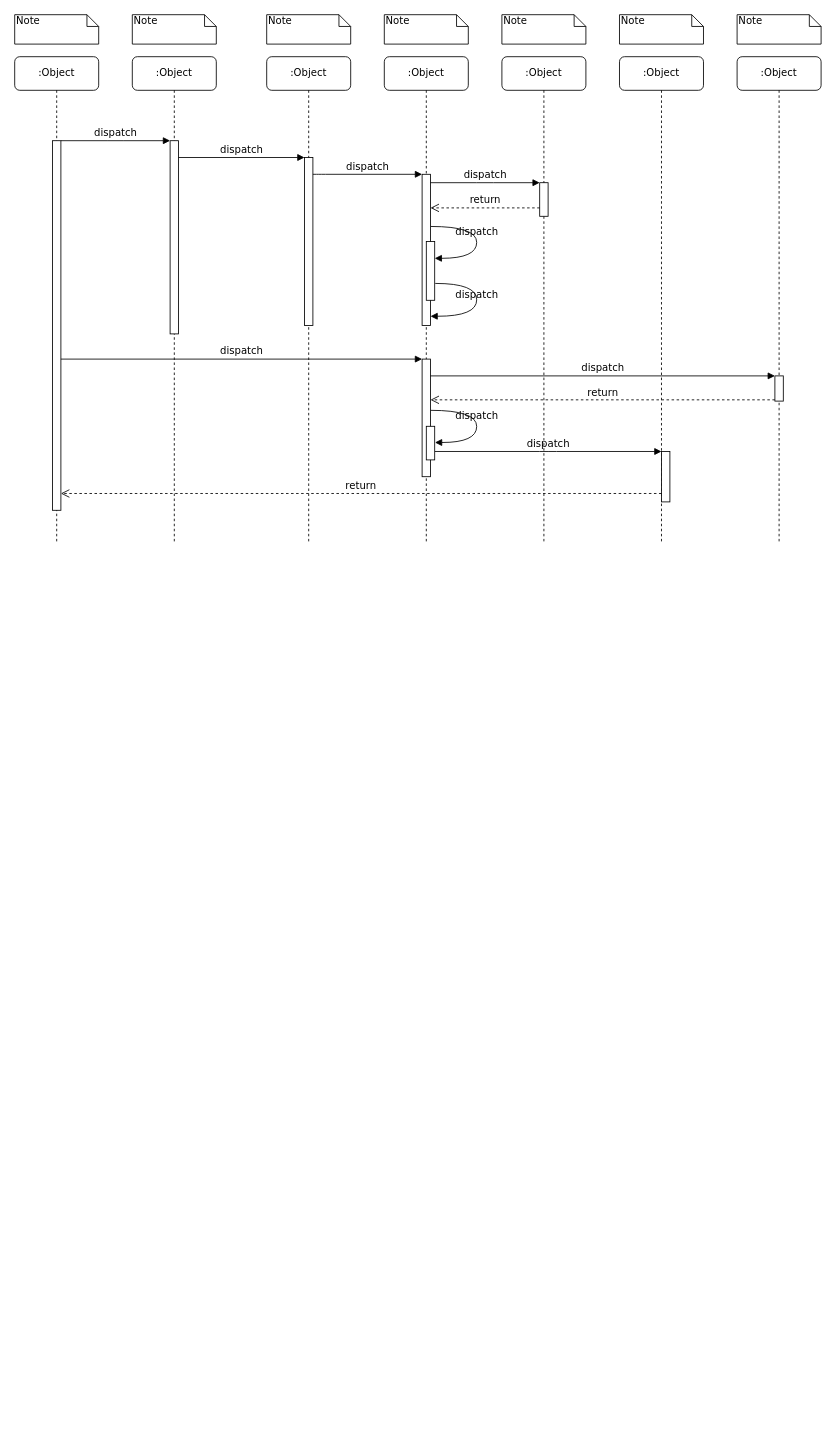
Earlier version of the draw.io diagram folder/Untitled Diagram.drawio (mata998/drawio). Source tidied: cells renumbered, new cells numbered last; positions are measured from the earlier drawing's top-left corner, leaving out a move shared by most shapes. Both pictures are drawn from the tidied source at 84%, with x=0, y=0 at pixel (14, 14).
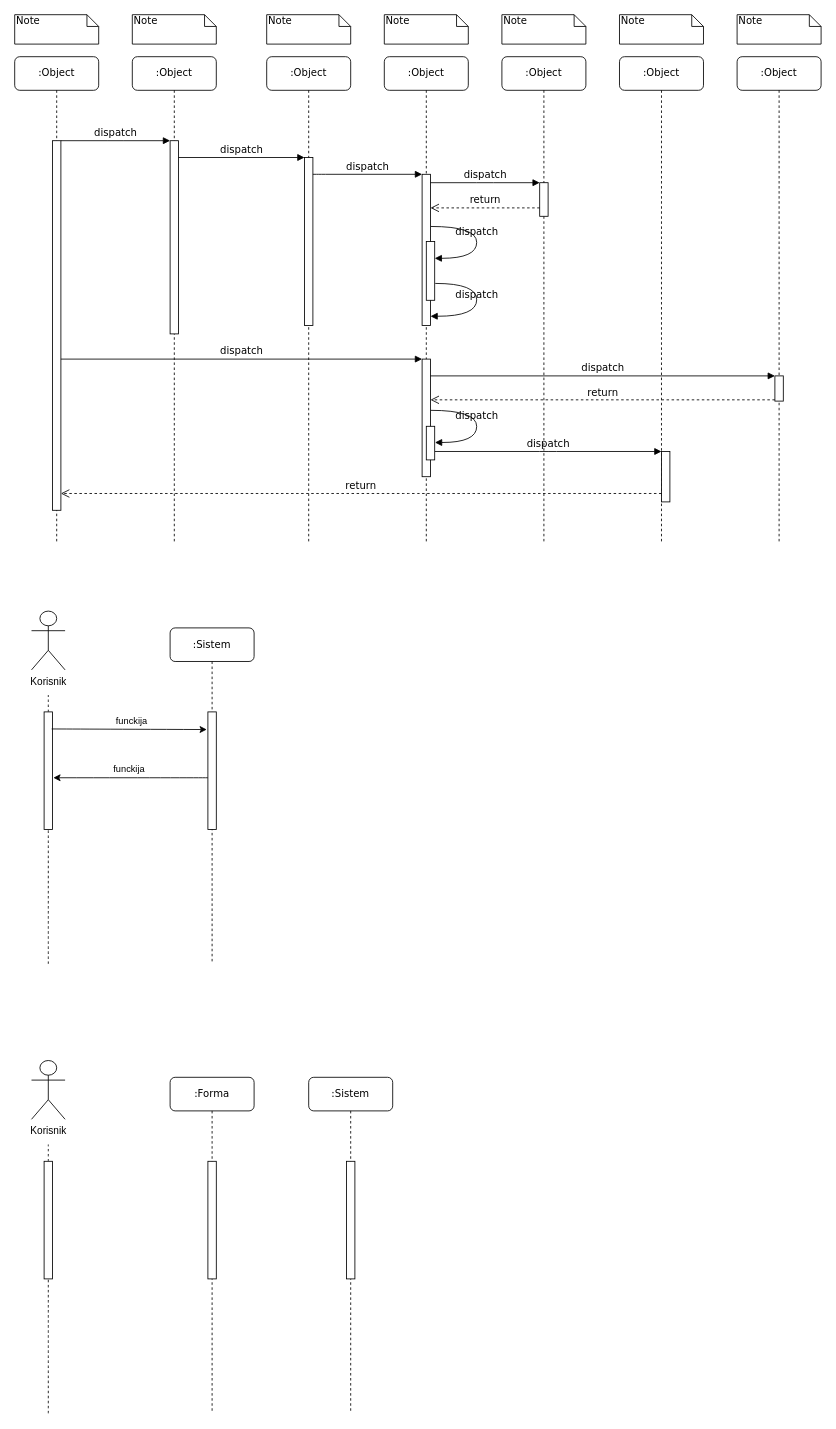
The same diagram, later.

Commit message:
2 i 3 reda za kopi pejst

Change to the diagram source:
```diff
@@
+    <mxCell id="39" value="Korisnik" style="shape=umlActor;verticalLabelPosition=bottom;verticalAlign=top;html=1;" parent="1" vertex="1">
+      <mxGeometry x="20" y="710" width="40" height="70" as="geometry" />
+    </mxCell>
+    <mxCell id="40" style="endArrow=none;dashed=1;html=1;curved=1;startArrow=none;" parent="1" edge="1" source="43">
+      <mxGeometry relative="1" as="geometry">
+        <mxPoint x="40" y="810" as="targetPoint" />
+      </mxGeometry>
+    </mxCell>
+    <mxCell id="41" value=":Sistem" style="shape=umlLifeline;perimeter=lifelinePerimeter;whiteSpace=wrap;html=1;rounded=1;shadow=0;comic=0;labelBackgroundColor=none;strokeWidth=1;fontFamily=Verdana;fontSize=12;align=center;" parent="1" vertex="1">
+      <mxGeometry x="185" y="730" width="100" height="400" as="geometry" />
+    </mxCell>
+    <mxCell id="42" style="html=1;points=[];perimeter=orthogonalPerimeter;rounded=0;shadow=0;comic=0;labelBackgroundColor=none;strokeWidth=1;fontFamily=Verdana;fontSize=12;align=center;" parent="41" vertex="1">
+      <mxGeometry x="45" y="100" width="10" height="140" as="geometry" />
+    </mxCell>
+    <mxCell id="43" style="html=1;points=[];perimeter=orthogonalPerimeter;rounded=0;shadow=0;comic=0;labelBackgroundColor=none;strokeWidth=1;fontFamily=Verdana;fontSize=12;align=center;" parent="1" vertex="1">
+      <mxGeometry x="35" y="830" width="10" height="140" as="geometry" />
+    </mxCell>
+    <mxCell id="44" style="endArrow=none;dashed=1;html=1;curved=1;" parent="1" edge="1" target="43">
+      <mxGeometry relative="1" as="geometry">
+        <mxPoint x="40" y="1130" as="sourcePoint" />
+      </mxGeometry>
+    </mxCell>
+    <mxCell id="45" value="Korisnik" style="shape=umlActor;verticalLabelPosition=bottom;verticalAlign=top;html=1;" parent="1" vertex="1">
+      <mxGeometry x="20" y="1245" width="40" height="70" as="geometry" />
+    </mxCell>
+    <mxCell id="46" style="endArrow=none;dashed=1;html=1;curved=1;startArrow=none;" parent="1" edge="1" source="49">
+      <mxGeometry relative="1" as="geometry">
+        <mxPoint x="40" y="1345" as="targetPoint" />
+      </mxGeometry>
+    </mxCell>
+    <mxCell id="47" value=":Forma" style="shape=umlLifeline;perimeter=lifelinePerimeter;whiteSpace=wrap;html=1;rounded=1;shadow=0;comic=0;labelBackgroundColor=none;strokeWidth=1;fontFamily=Verdana;fontSize=12;align=center;" parent="1" vertex="1">
+      <mxGeometry x="185" y="1265" width="100" height="400" as="geometry" />
+    </mxCell>
+    <mxCell id="48" style="html=1;perimeter=orthogonalPerimeter;rounded=0;shadow=0;comic=0;labelBackgroundColor=none;strokeWidth=1;fontFamily=Verdana;fontSize=12;align=center;" parent="47" vertex="1">
+      <mxGeometry x="45" y="100" width="10" height="140" as="geometry" />
+    </mxCell>
+    <mxCell id="49" style="html=1;points=[];perimeter=orthogonalPerimeter;rounded=0;shadow=0;comic=0;labelBackgroundColor=none;strokeWidth=1;fontFamily=Verdana;fontSize=12;align=center;" parent="1" vertex="1">
+      <mxGeometry x="35" y="1365" width="10" height="140" as="geometry" />
+    </mxCell>
+    <mxCell id="50" style="endArrow=none;dashed=1;html=1;curved=1;" parent="1" edge="1" target="49">
+      <mxGeometry relative="1" as="geometry">
+        <mxPoint x="40" y="1665" as="sourcePoint" />
+      </mxGeometry>
+    </mxCell>
+    <mxCell id="51" value=":Sistem" style="shape=umlLifeline;perimeter=lifelinePerimeter;whiteSpace=wrap;html=1;rounded=1;shadow=0;comic=0;labelBackgroundColor=none;strokeWidth=1;fontFamily=Verdana;fontSize=12;align=center;" parent="1" vertex="1">
+      <mxGeometry x="350" y="1265" width="100" height="400" as="geometry" />
+    </mxCell>
+    <mxCell id="52" style="html=1;perimeter=orthogonalPerimeter;rounded=0;shadow=0;comic=0;labelBackgroundColor=none;strokeWidth=1;fontFamily=Verdana;fontSize=12;align=center;" parent="51" vertex="1">
+      <mxGeometry x="45" y="100" width="10" height="140" as="geometry" />
+    </mxCell>
+    <mxCell id="53" value="funckija&lt;br&gt;" style="endArrow=classic;html=1;curved=1;exitX=0.9;exitY=0.145;exitDx=0;exitDy=0;exitPerimeter=0;entryX=-0.133;entryY=0.15;entryDx=0;entryDy=0;entryPerimeter=0;" parent="1" edge="1" source="43" target="42">
+      <mxGeometry x="0.03" y="10" relative="1" as="geometry" />
+    </mxCell>
+    <mxCell id="54" value="funckija&lt;br&gt;" style="endArrow=classic;html=1;curved=1;entryX=1.1;entryY=0.56;entryDx=0;entryDy=0;entryPerimeter=0;exitX=0;exitY=0.56;exitDx=0;exitDy=0;exitPerimeter=0;" parent="1" edge="1" source="42" target="43">
+      <mxGeometry x="0.02" y="-10" relative="1" as="geometry" />
+    </mxCell>
```
